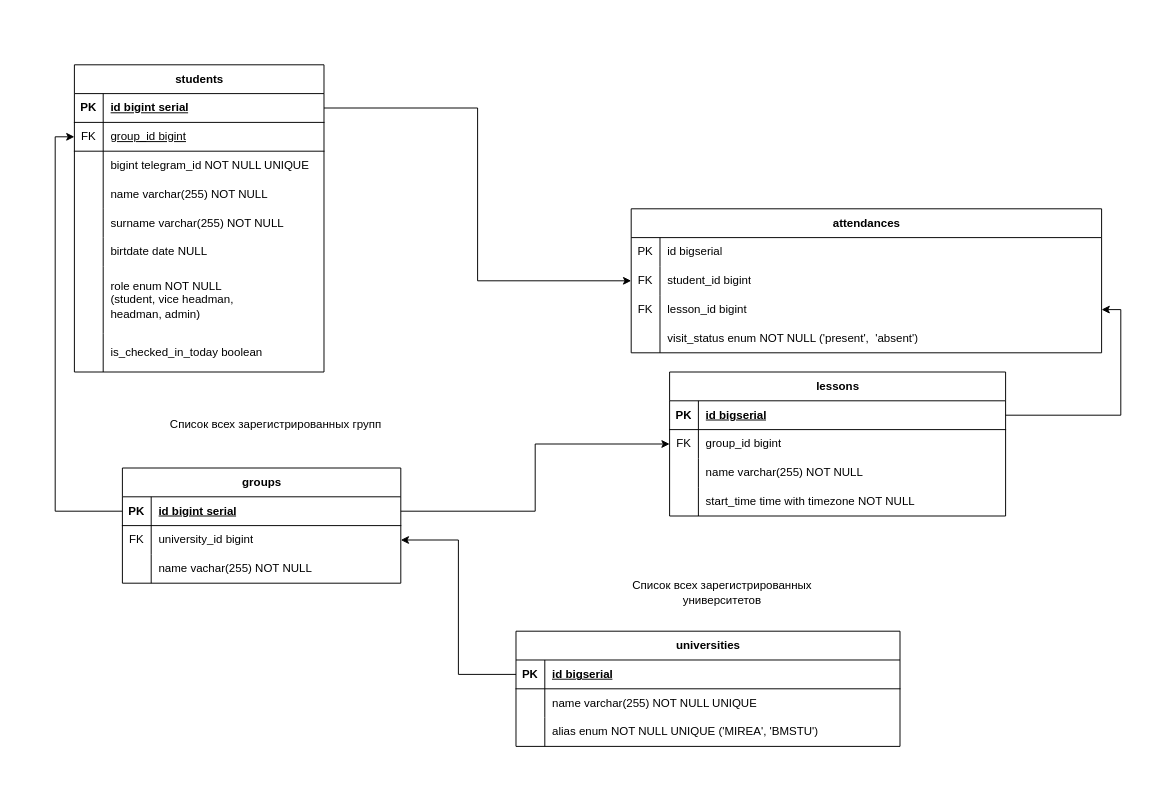
The draw.io diagram docs/schemas/postgres.drawio in qiisqwww/HeadmanBot, before the edit. Source tidied: cells renumbered, new cells numbered last; positions are measured from the earlier drawing's top-left corner, leaving out a move shared by most shapes. Both pictures are drawn from the tidied source at 96%, with x=0, y=0 at pixel (-243, 64).
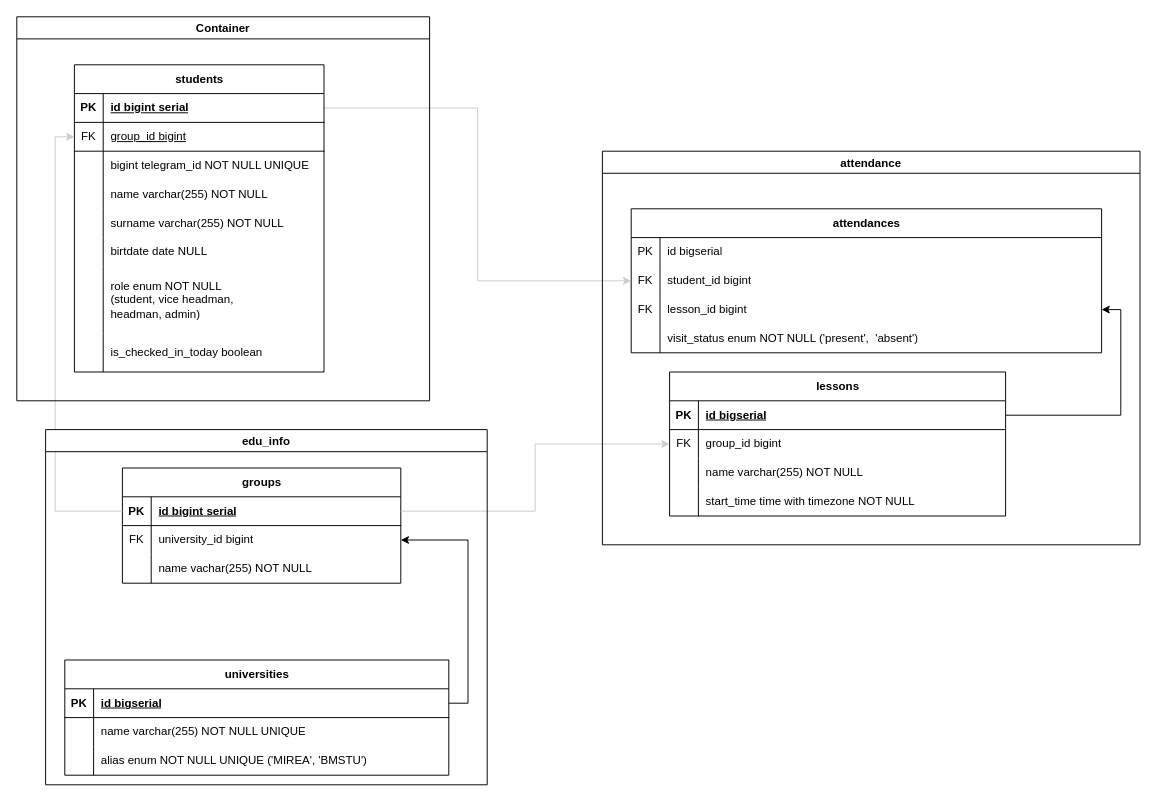
The same page after the edit.

Unchanged cells that the change refers to:
```xml
<mxCell id="4" style="shape=tableRow;horizontal=0;startSize=0;swimlaneHead=0;swimlaneBody=0;fillColor=none;points=[[0,0.5],[1,0.5]];portConstraint=eastwest;top=0;left=0;right=0;bottom=1;" parent="3" vertex="1">
  <mxGeometry y="30" width="400" height="30" as="geometry" />
</mxCell>
<mxCell id="22" style="shape=tableRow;horizontal=0;startSize=0;swimlaneHead=0;swimlaneBody=0;fillColor=none;points=[[0,0.5],[1,0.5]];portConstraint=eastwest;top=0;left=0;right=0;bottom=0;" parent="18" vertex="1">
  <mxGeometry y="60" width="350" height="30" as="geometry" />
</mxCell>
<mxCell id="35" style="shape=tableRow;horizontal=0;startSize=0;swimlaneHead=0;swimlaneBody=0;fillColor=none;points=[[0,0.5],[1,0.5]];portConstraint=eastwest;top=0;left=0;right=0;bottom=0;" parent="31" vertex="1">
  <mxGeometry y="60" width="490" height="30" as="geometry" />
</mxCell>
<mxCell id="46" style="shape=tableRow;horizontal=0;startSize=0;swimlaneHead=0;swimlaneBody=0;fillColor=none;points=[[0,0.5],[1,0.5]];portConstraint=eastwest;top=0;left=0;right=0;bottom=1;" parent="45" vertex="1">
  <mxGeometry y="30" width="290" height="30" as="geometry" />
</mxCell>
<mxCell id="49" style="shape=tableRow;horizontal=0;startSize=0;swimlaneHead=0;swimlaneBody=0;fillColor=none;points=[[0,0.5],[1,0.5]];portConstraint=eastwest;top=0;left=0;right=0;bottom=0;" parent="45" vertex="1">
  <mxGeometry y="60" width="290" height="30" as="geometry" />
</mxCell>
<mxCell id="56" style="shape=tableRow;horizontal=0;startSize=0;swimlaneHead=0;swimlaneBody=0;fillColor=none;points=[[0,0.5],[1,0.5]];portConstraint=eastwest;top=0;left=0;right=0;bottom=1;" parent="55" vertex="1">
  <mxGeometry y="30" width="260" height="30" as="geometry" />
</mxCell>
<mxCell id="59" style="shape=tableRow;horizontal=0;startSize=0;swimlaneHead=0;swimlaneBody=0;fillColor=none;points=[[0,0.5],[1,0.5]];portConstraint=eastwest;top=0;left=0;right=0;bottom=1;" parent="55" vertex="1">
  <mxGeometry y="60" width="260" height="30" as="geometry" />
</mxCell>
```

Change to the diagram source:
```diff
@@
     <mxCell id="3" value="universities" style="shape=table;startSize=30;childLayout=tableLayout;rowLines=0;fontStyle=1;align=center;html=1;" parent="1" vertex="1">
-      <mxGeometry x="790" y="590" width="400" height="120" as="geometry" />
+      <mxGeometry x="320" y="620" width="400" height="120" as="geometry" />
     </mxCell>
@@
-    <mxCell id="13" value="Список всех зарегистрированных университетов" style="text;html=1;strokeColor=none;fillColor=none;align=center;verticalAlign=middle;whiteSpace=wrap;rounded=0;" parent="1" vertex="1">
-      <mxGeometry x="870" y="520" width="270" height="60" as="geometry" />
-    </mxCell>
@@
-    <mxCell id="16" style="edgeStyle=orthogonalEdgeStyle;rounded=0;jettySize=auto;html=1;exitX=1;exitY=0.5;exitDx=0;exitDy=0;entryX=0;entryY=0.5;entryDx=0;entryDy=0;" parent="1" edge="1" source="56" target="35">
+    <mxCell id="16" style="edgeStyle=orthogonalEdgeStyle;rounded=0;jettySize=auto;html=1;exitX=1;exitY=0.5;exitDx=0;exitDy=0;entryX=0;entryY=0.5;entryDx=0;entryDy=0;strokeColor=#CCCCCC;" parent="1" edge="1" source="56" target="35">
       <mxGeometry relative="1" as="geometry" />
     </mxCell>
@@
-    <mxCell id="44" value="Список всех зарегистрированных групп" style="text;html=1;strokeColor=none;fillColor=none;align=center;verticalAlign=middle;whiteSpace=wrap;rounded=0;" parent="1" vertex="1">
-      <mxGeometry x="400" y="350" width="280" height="50" as="geometry" />
-    </mxCell>
@@
-    <mxCell id="81" style="edgeStyle=orthogonalEdgeStyle;rounded=0;jettySize=auto;html=1;exitX=0;exitY=0.5;exitDx=0;exitDy=0;entryX=1;entryY=0.5;entryDx=0;entryDy=0;" parent="1" edge="1" source="4" target="49">
-      <mxGeometry relative="1" as="geometry" />
-    </mxCell>
-    <mxCell id="82" style="edgeStyle=orthogonalEdgeStyle;rounded=0;jettySize=auto;html=1;exitX=0;exitY=0.5;exitDx=0;exitDy=0;entryX=0;entryY=0.5;entryDx=0;entryDy=0;" parent="1" edge="1" source="46" target="59">
+    <mxCell id="82" style="edgeStyle=orthogonalEdgeStyle;rounded=0;jettySize=auto;html=1;exitX=0;exitY=0.5;exitDx=0;exitDy=0;entryX=0;entryY=0.5;entryDx=0;entryDy=0;strokeColor=#CCCCCC;" parent="1" edge="1" source="46" target="59">
       <mxGeometry relative="1" as="geometry" />
     </mxCell>
-    <mxCell id="83" style="edgeStyle=orthogonalEdgeStyle;rounded=0;jettySize=auto;html=1;exitX=1;exitY=0.5;exitDx=0;exitDy=0;" parent="1" edge="1" source="46" target="22">
+    <mxCell id="83" style="edgeStyle=orthogonalEdgeStyle;rounded=0;jettySize=auto;html=1;exitX=1;exitY=0.5;exitDx=0;exitDy=0;strokeColor=#CCCCCC;" parent="1" edge="1" source="46" target="22">
       <mxGeometry relative="1" as="geometry" />
     </mxCell>
+    <mxCell id="84" value="attendance" style="swimlane;" parent="1" vertex="1">
+      <mxGeometry x="880" y="90" width="560" height="410" as="geometry" />
+    </mxCell>
+    <mxCell id="81" style="edgeStyle=orthogonalEdgeStyle;rounded=0;jettySize=auto;html=1;exitX=1;exitY=0.5;exitDx=0;exitDy=0;entryX=1;entryY=0.5;entryDx=0;entryDy=0;" parent="1" edge="1" source="4" target="49">
+      <mxGeometry relative="1" as="geometry" />
+    </mxCell>
+    <mxCell id="85" value="edu_info" style="swimlane;" parent="1" vertex="1">
+      <mxGeometry x="300" y="380" width="460" height="370" as="geometry" />
+    </mxCell>
+    <mxCell id="86" value="Container" style="swimlane;" parent="1" vertex="1">
+      <mxGeometry x="270" y="-50" width="430" height="400" as="geometry" />
+    </mxCell>
```
